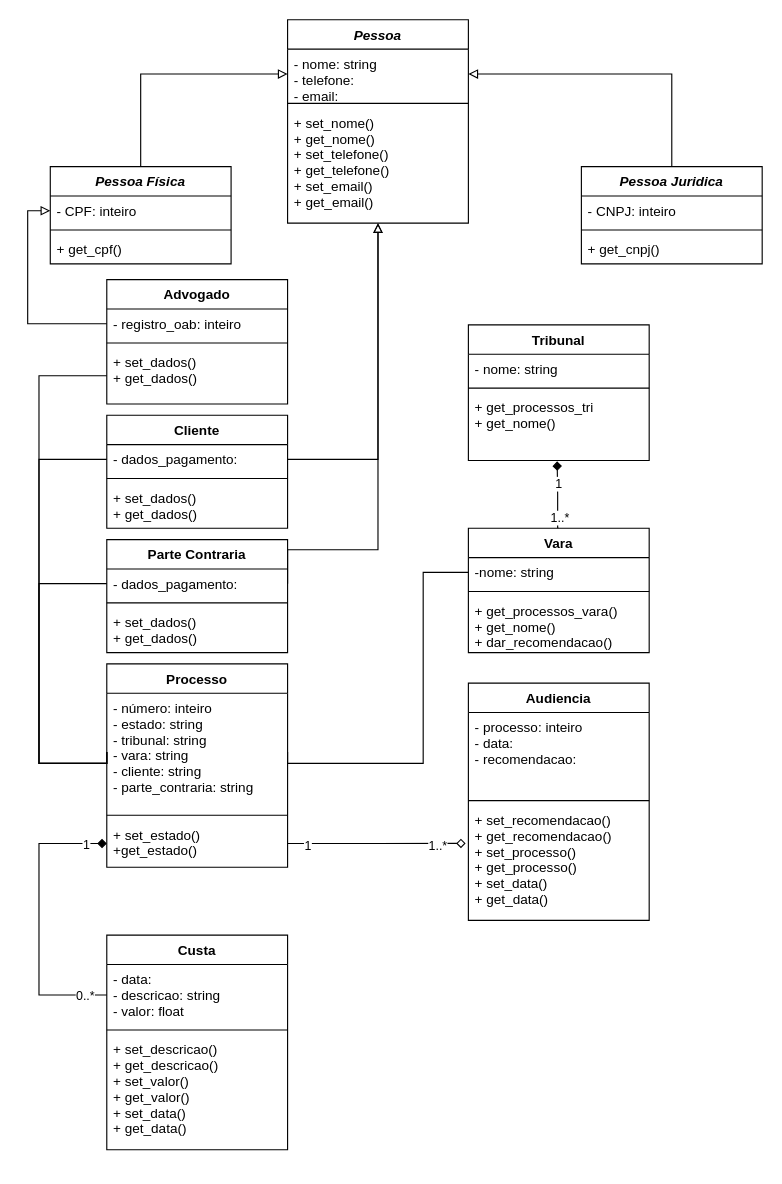
Before: Lista3_q2.drawio in samarasrs/Listas_CES22, a draw.io diagram. Source tidied: cells renumbered, new cells numbered last; positions are measured from the earlier drawing's top-left corner, leaving out a move shared by most shapes. Both pictures are drawn from the tidied source at 113%, with x=0, y=0 at pixel (27, 19).
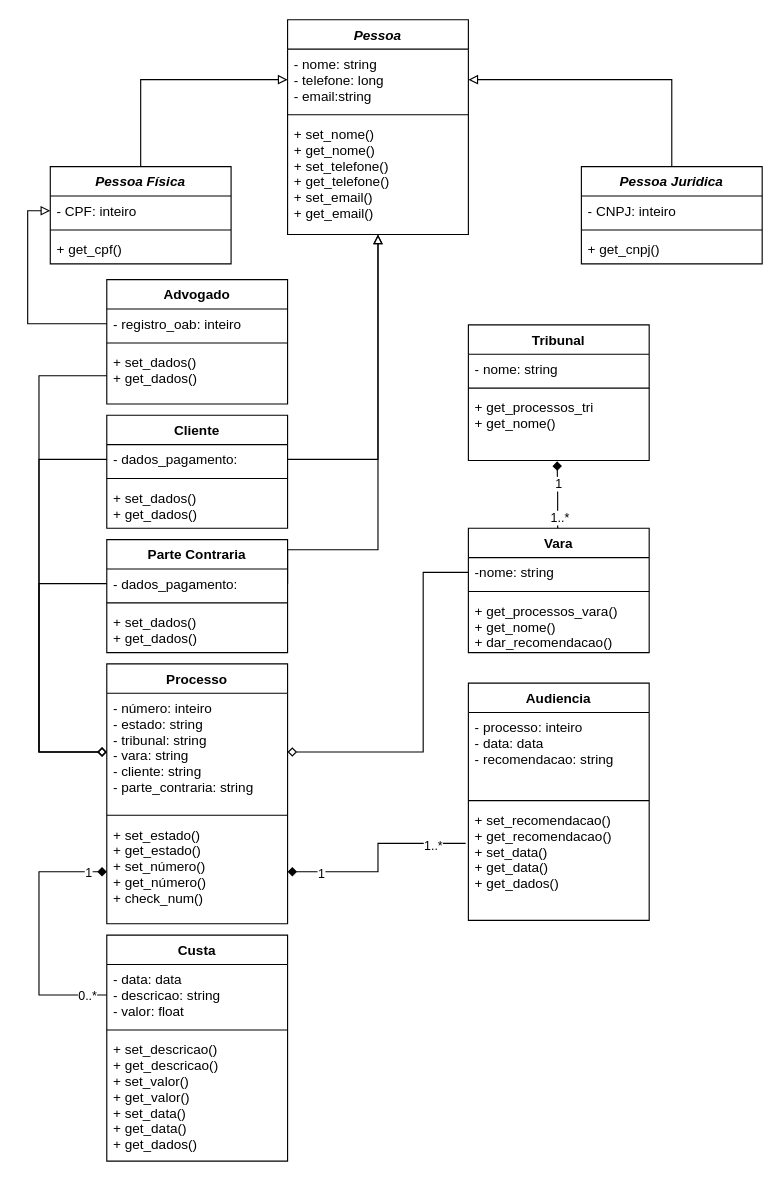
After the change.

Unchanged cells that the change refers to:
```xml
<mxCell id="10" value="- número: inteiro&#10;- estado: string&#10;- tribunal: string&#10;- vara: string&#10;- cliente: string&#10;- parte_contraria: string&#10;&#10;&#10;" style="text;strokeColor=none;fillColor=none;align=left;verticalAlign=top;spacingLeft=4;spacingRight=4;overflow=hidden;points=[[0,0.5],[1,0.5]];portConstraint=eastwest;" parent="9" vertex="1">
  <mxGeometry y="26" width="160" height="104" as="geometry" />
</mxCell>
<mxCell id="19" value="Audiencia" style="swimlane;fontStyle=1;align=center;verticalAlign=top;horizontal=1;startSize=26;" parent="1" vertex="1">
  <mxGeometry x="390" y="587" width="160" height="210" as="geometry" />
</mxCell>
<mxCell id="24" value="-nome: string" style="text;strokeColor=none;fillColor=none;align=left;verticalAlign=top;spacingLeft=4;spacingRight=4;overflow=hidden;points=[[0,0.5],[1,0.5]];portConstraint=eastwest;" parent="23" vertex="1">
  <mxGeometry y="26" width="160" height="26" as="geometry" />
</mxCell>
<mxCell id="33" value="+ set_dados()&#10;+ get_dados()" style="text;strokeColor=none;fillColor=none;align=left;verticalAlign=top;spacingLeft=4;spacingRight=4;overflow=hidden;points=[[0,0.5],[1,0.5]];portConstraint=eastwest;" parent="30" vertex="1">
  <mxGeometry y="60" width="160" height="50" as="geometry" />
</mxCell>
<mxCell id="41" value="- dados_pagamento:" style="text;strokeColor=none;fillColor=none;align=left;verticalAlign=top;spacingLeft=4;spacingRight=4;overflow=hidden;points=[[0,0.5],[1,0.5]];portConstraint=eastwest;" parent="40" vertex="1">
  <mxGeometry y="26" width="160" height="26" as="geometry" />
</mxCell>
<mxCell id="45" value="- dados_pagamento:" style="text;strokeColor=none;fillColor=none;align=left;verticalAlign=top;spacingLeft=4;spacingRight=4;overflow=hidden;points=[[0,0.5],[1,0.5]];portConstraint=eastwest;" parent="44" vertex="1">
  <mxGeometry y="26" width="160" height="26" as="geometry" />
</mxCell>
```

The edit, as a diff of the source:
```diff
@@
     <mxCell id="5" value="Pessoa" style="swimlane;fontStyle=3;align=center;verticalAlign=top;horizontal=1;startSize=26;" parent="1" vertex="1">
-      <mxGeometry x="230" width="160" height="180" as="geometry" />
+      <mxGeometry x="230" width="160" height="190" as="geometry" />
     </mxCell>
-    <mxCell id="6" value="- nome: string&#10;- telefone:&#10;- email: &#10;" style="text;strokeColor=none;fillColor=none;align=left;verticalAlign=top;spacingLeft=4;spacingRight=4;overflow=hidden;points=[[0,0.5],[1,0.5]];portConstraint=eastwest;" parent="5" vertex="1">
-      <mxGeometry y="26" width="160" height="44" as="geometry" />
+    <mxCell id="6" value="- nome: string&#10;- telefone: long&#10;- email:string&#10;" style="text;strokeColor=none;fillColor=none;align=left;verticalAlign=top;spacingLeft=4;spacingRight=4;overflow=hidden;points=[[0,0.5],[1,0.5]];portConstraint=eastwest;" parent="5" vertex="1">
+      <mxGeometry y="26" width="160" height="54" as="geometry" />
     </mxCell>
     <mxCell id="7" style="line;strokeWidth=1;fillColor=none;align=left;verticalAlign=middle;spacingTop=-1;spacingLeft=3;spacingRight=3;labelPosition=right;" parent="5" vertex="1">
-      <mxGeometry y="70" width="160" height="8" as="geometry" />
+      <mxGeometry y="80" width="160" height="8" as="geometry" />
     </mxCell>
     <mxCell id="8" value="+ set_nome()&#10;+ get_nome()&#10;+ set_telefone()&#10;+ get_telefone()&#10;+ set_email()&#10;+ get_email()&#10;&#10;&#10;&#10;" style="text;strokeColor=none;fillColor=none;align=left;verticalAlign=top;spacingLeft=4;spacingRight=4;overflow=hidden;points=[[0,0.5],[1,0.5]];portConstraint=eastwest;" parent="5" vertex="1">
-      <mxGeometry y="78" width="160" height="102" as="geometry" />
+      <mxGeometry y="88" width="160" height="102" as="geometry" />
     </mxCell>
     <mxCell id="9" value="Processo" style="swimlane;fontStyle=1;align=center;verticalAlign=top;horizontal=1;startSize=26;" parent="1" vertex="1">
-      <mxGeometry x="70" y="570" width="160" height="180" as="geometry" />
+      <mxGeometry x="70" y="570" width="160" height="230" as="geometry" />
     </mxCell>
@@
-    <mxCell id="12" value="+ set_estado()&#10;+get_estado()&#10;" style="text;strokeColor=none;fillColor=none;align=left;verticalAlign=top;spacingLeft=4;spacingRight=4;overflow=hidden;points=[[0,0.5],[1,0.5]];portConstraint=eastwest;" parent="9" vertex="1">
-      <mxGeometry y="138" width="160" height="42" as="geometry" />
+    <mxCell id="12" value="+ set_estado()&#10;+ get_estado()&#10;+ set_número()&#10;+ get_número()&#10;+ check_num()&#10;&#10;&#10;&#10;&#10;" style="text;strokeColor=none;fillColor=none;align=left;verticalAlign=top;spacingLeft=4;spacingRight=4;overflow=hidden;points=[[0,0.5],[1,0.5]];portConstraint=eastwest;" parent="9" vertex="1">
+      <mxGeometry y="138" width="160" height="92" as="geometry" />
     </mxCell>
-    <mxCell id="13" style="edgeStyle=orthogonalEdgeStyle;rounded=0;jettySize=auto;html=1;exitX=0;exitY=0.5;exitDx=0;exitDy=0;entryX=0;entryY=0.5;entryDx=0;entryDy=0;endArrow=none;endFill=0;" parent="1" edge="1" source="10" target="45">
+    <mxCell id="13" style="edgeStyle=orthogonalEdgeStyle;rounded=0;jettySize=auto;html=1;exitX=0;exitY=0.5;exitDx=0;exitDy=0;entryX=0;entryY=0.5;entryDx=0;entryDy=0;endArrow=none;endFill=0;startArrow=diamond;startFill=0;" parent="1" edge="1" source="10" target="45">
       <mxGeometry relative="1" as="geometry">
         <Array as="points">
-          <mxPoint x="10" y="658" />
+          <mxPoint x="10" y="648" />
           <mxPoint x="10" y="389" />
         </Array>
       </mxGeometry>
     </mxCell>
-    <mxCell id="14" style="edgeStyle=orthogonalEdgeStyle;rounded=0;jettySize=auto;html=1;exitX=0;exitY=0.5;exitDx=0;exitDy=0;entryX=0;entryY=0.5;entryDx=0;entryDy=0;endArrow=none;endFill=0;" parent="1" edge="1" source="10" target="41">
+    <mxCell id="14" style="edgeStyle=orthogonalEdgeStyle;rounded=0;jettySize=auto;html=1;exitX=0;exitY=0.5;exitDx=0;exitDy=0;entryX=0;entryY=0.5;entryDx=0;entryDy=0;endArrow=none;endFill=0;startArrow=diamond;startFill=0;" parent="1" edge="1" source="10" target="41">
       <mxGeometry relative="1" as="geometry">
         <Array as="points">
-          <mxPoint x="10" y="658" />
+          <mxPoint x="10" y="648" />
           <mxPoint x="10" y="499" />
         </Array>
       </mxGeometry>
     </mxCell>
@@
-    <mxCell id="18" style="edgeStyle=orthogonalEdgeStyle;rounded=0;jettySize=auto;html=1;exitX=1;exitY=0.5;exitDx=0;exitDy=0;entryX=0;entryY=0.5;entryDx=0;entryDy=0;endArrow=none;endFill=0;" parent="1" edge="1" source="10" target="24">
+    <mxCell id="18" style="edgeStyle=orthogonalEdgeStyle;rounded=0;jettySize=auto;html=1;exitX=1;exitY=0.5;exitDx=0;exitDy=0;entryX=0;entryY=0.5;entryDx=0;entryDy=0;endArrow=none;endFill=0;startArrow=diamond;startFill=0;" parent="1" edge="1" source="10" target="24">
       <mxGeometry relative="1" as="geometry">
         <Array as="points">
-          <mxPoint x="350" y="658" />
+          <mxPoint x="350" y="648" />
           <mxPoint x="350" y="489" />
         </Array>
       </mxGeometry>
     </mxCell>
@@
-    <mxCell id="20" value="- processo: inteiro&#10;- data:&#10;- recomendacao:&#10;&#10;&#10;" style="text;strokeColor=none;fillColor=none;align=left;verticalAlign=top;spacingLeft=4;spacingRight=4;overflow=hidden;" parent="19" vertex="1">
+    <mxCell id="20" value="- processo: inteiro&#10;- data: data&#10;- recomendacao: string&#10;&#10;&#10;" style="text;strokeColor=none;fillColor=none;align=left;verticalAlign=top;spacingLeft=4;spacingRight=4;overflow=hidden;" parent="19" vertex="1">
       <mxGeometry y="26" width="160" height="74" as="geometry" />
     </mxCell>
@@
-    <mxCell id="22" value="+ set_recomendacao()&#10;+ get_recomendacao()&#10;+ set_processo()&#10;+ get_processo()&#10;+ set_data()&#10;+ get_data()&#10;&#10;" style="text;strokeColor=none;fillColor=none;align=left;verticalAlign=top;spacingLeft=4;spacingRight=4;overflow=hidden;points=[[0,0.5],[1,0.5]];portConstraint=eastwest;" parent="19" vertex="1">
+    <mxCell id="22" value="+ set_recomendacao()&#10;+ get_recomendacao()&#10;+ set_data()&#10;+ get_data()&#10;+ get_dados()&#10;&#10;&#10;" style="text;strokeColor=none;fillColor=none;align=left;verticalAlign=top;spacingLeft=4;spacingRight=4;overflow=hidden;points=[[0,0.5],[1,0.5]];portConstraint=eastwest;" parent="19" vertex="1">
       <mxGeometry y="108" width="160" height="102" as="geometry" />
     </mxCell>
@@
     <mxCell id="27" style="edgeStyle=orthogonalEdgeStyle;rounded=0;jettySize=auto;html=1;exitX=0;exitY=0.5;exitDx=0;exitDy=0;entryX=0;entryY=0.5;entryDx=0;entryDy=0;endArrow=diamond;endFill=1;" parent="1" edge="1" source="61" target="12">
       <mxGeometry relative="1" as="geometry">
         <Array as="points">
           <mxPoint x="10" y="863" />
-          <mxPoint x="10" y="729" />
+          <mxPoint x="10" y="754" />
         </Array>
       </mxGeometry>
     </mxCell>
@@
-    <mxCell id="39" style="edgeStyle=orthogonalEdgeStyle;rounded=0;jettySize=auto;html=1;exitX=0;exitY=0.5;exitDx=0;exitDy=0;entryX=0;entryY=0.5;entryDx=0;entryDy=0;endArrow=none;endFill=0;" parent="1" edge="1" source="10" target="33">
+    <mxCell id="39" style="edgeStyle=orthogonalEdgeStyle;rounded=0;jettySize=auto;html=1;exitX=0;exitY=0.5;exitDx=0;exitDy=0;entryX=0;entryY=0.5;entryDx=0;entryDy=0;endArrow=none;endFill=0;startArrow=diamond;startFill=0;" parent="1" edge="1" source="10" target="33">
       <mxGeometry relative="1" as="geometry">
         <Array as="points">
-          <mxPoint x="10" y="658" />
+          <mxPoint x="10" y="648" />
           <mxPoint x="10" y="315" />
         </Array>
       </mxGeometry>
     </mxCell>
@@
-    <mxCell id="57" style="edgeStyle=orthogonalEdgeStyle;rounded=0;jettySize=auto;html=1;exitX=1;exitY=0.5;exitDx=0;exitDy=0;entryX=-0.015;entryY=0.332;entryDx=0;entryDy=0;entryPerimeter=0;endArrow=diamond;endFill=0;" parent="1" edge="1" source="12" target="22">
+    <mxCell id="57" style="edgeStyle=orthogonalEdgeStyle;rounded=0;jettySize=auto;html=1;exitX=1;exitY=0.5;exitDx=0;exitDy=0;entryX=-0.015;entryY=0.332;entryDx=0;entryDy=0;entryPerimeter=0;endArrow=none;endFill=0;startArrow=diamond;startFill=1;" parent="1" edge="1" source="12" target="22">
       <mxGeometry relative="1" as="geometry" />
     </mxCell>
     <mxCell id="58" value="1" style="edgeLabel;html=1;align=center;verticalAlign=middle;" parent="57" vertex="1">
-      <mxGeometry x="-0.79" y="-1" relative="1" as="geometry" />
+      <mxGeometry x="-0.79" y="-1" relative="1" as="geometry">
+        <mxPoint x="10" as="offset" />
+      </mxGeometry>
     </mxCell>
@@
     <mxCell id="60" value="Custa" style="swimlane;fontStyle=1;align=center;verticalAlign=top;horizontal=1;startSize=26;" parent="1" vertex="1">
-      <mxGeometry x="70" y="810" width="160" height="190" as="geometry" />
+      <mxGeometry x="70" y="810" width="160" height="200" as="geometry" />
     </mxCell>
-    <mxCell id="61" value="- data:&#10;- descricao: string&#10;- valor: float" style="text;strokeColor=none;fillColor=none;align=left;verticalAlign=top;spacingLeft=4;spacingRight=4;overflow=hidden;points=[[0,0.5],[1,0.5]];portConstraint=eastwest;" parent="60" vertex="1">
+    <mxCell id="61" value="- data: data&#10;- descricao: string&#10;- valor: float" style="text;strokeColor=none;fillColor=none;align=left;verticalAlign=top;spacingLeft=4;spacingRight=4;overflow=hidden;points=[[0,0.5],[1,0.5]];portConstraint=eastwest;" parent="60" vertex="1">
       <mxGeometry y="26" width="160" height="54" as="geometry" />
     </mxCell>
@@
-    <mxCell id="63" value="+ set_descricao()&#10;+ get_descricao()&#10;+ set_valor()&#10;+ get_valor()&#10;+ set_data()&#10;+ get_data()&#10;&#10;&#10;&#10;" style="text;strokeColor=none;fillColor=none;align=left;verticalAlign=top;spacingLeft=4;spacingRight=4;overflow=hidden;" parent="60" vertex="1">
-      <mxGeometry y="88" width="160" height="102" as="geometry" />
+    <mxCell id="63" value="+ set_descricao()&#10;+ get_descricao()&#10;+ set_valor()&#10;+ get_valor()&#10;+ set_data()&#10;+ get_data()&#10;+ get_dados()&#10;&#10;&#10;&#10;&#10;" style="text;strokeColor=none;fillColor=none;align=left;verticalAlign=top;spacingLeft=4;spacingRight=4;overflow=hidden;" parent="60" vertex="1">
+      <mxGeometry y="88" width="160" height="112" as="geometry" />
     </mxCell>
```
